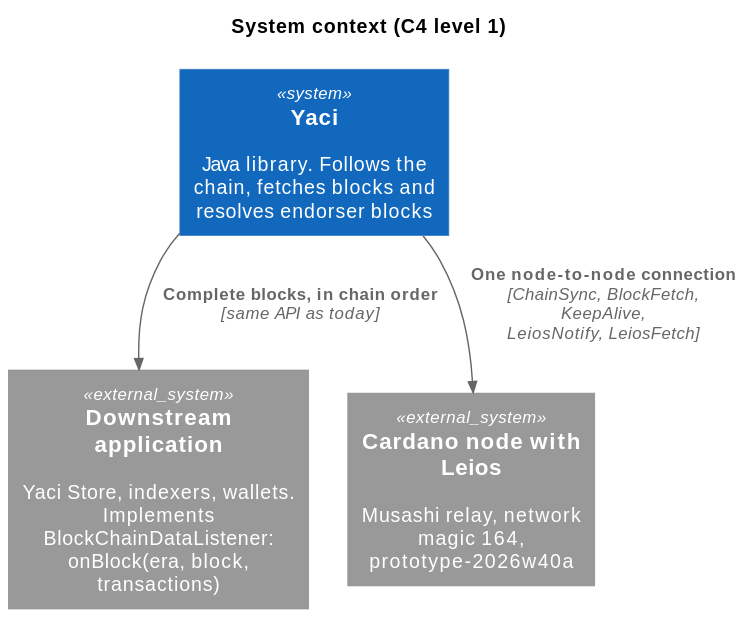
Before: docs/leios/diagrams/1-c4-context.svg, a diagram exported from PlantUML (bloxbean/yaci). Source of this version:
```plantuml
@startuml
!pragma layout smetana
!include <C4/C4_Context>
LAYOUT_TOP_DOWN()
title System context (C4 level 1)

System_Ext(app, "Downstream application", "Yaci Store, indexers, wallets. Implements BlockChainDataListener: onBlock(era, block, transactions)")
System(yaci, "Yaci", "Java library. Follows the chain, fetches blocks and resolves endorser blocks")
System_Ext(node, "Cardano node with Leios", "Musashi relay, network magic 164, prototype-2026w40a")

Rel(yaci, app, "Complete blocks, in chain order", "same API as today")
Rel(yaci, node, "One node-to-node connection", "ChainSync, BlockFetch, KeepAlive, LeiosNotify, LeiosFetch")
@enduml
```
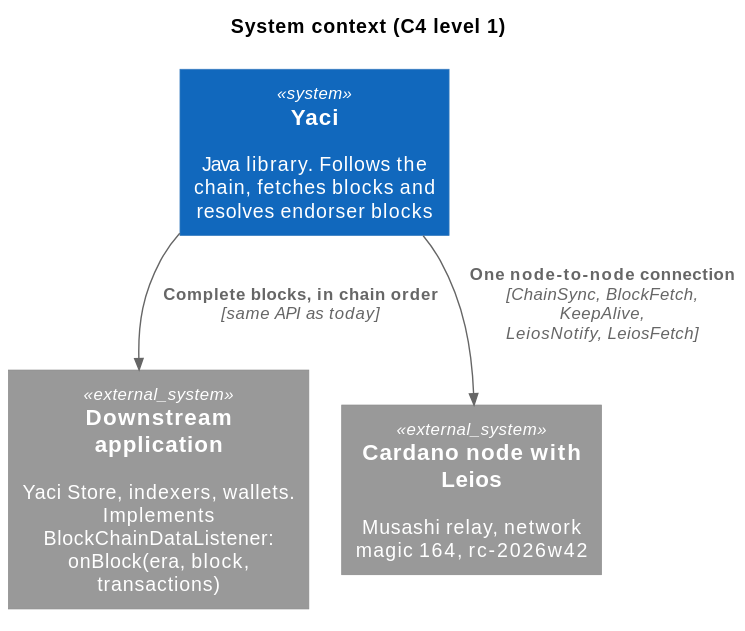
After the commit.

Change to the diagram source:
```diff
@@ -6,7 +6,7 @@
 
 System_Ext(app, "Downstream application", "Yaci Store, indexers, wallets. Implements BlockChainDataListener: onBlock(era, block, transactions)")
 System(yaci, "Yaci", "Java library. Follows the chain, fetches blocks and resolves endorser blocks")
-System_Ext(node, "Cardano node with Leios", "Musashi relay, network magic 164, prototype-2026w40a")
+System_Ext(node, "Cardano node with Leios", "Musashi relay, network magic 164, rc-2026w42")
 
 Rel(yaci, app, "Complete blocks, in chain order", "same API as today")
 Rel(yaci, node, "One node-to-node connection", "ChainSync, BlockFetch, KeepAlive, LeiosNotify, LeiosFetch")
```
